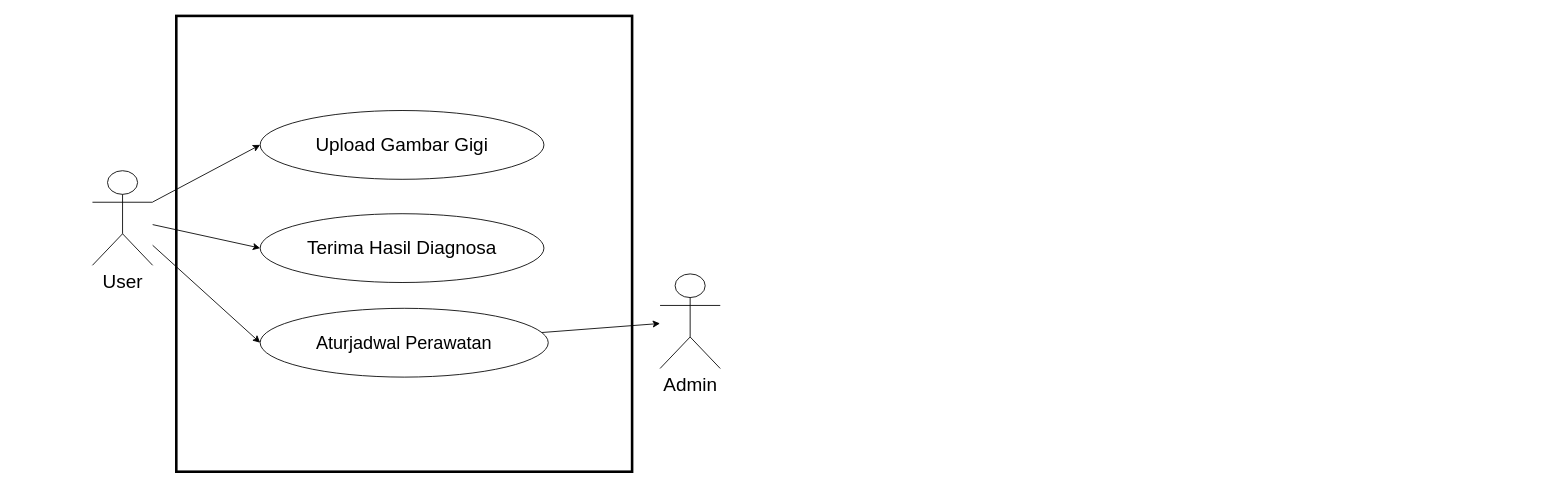
lukmanprasetyo/Business-Model-Canvas-BMC- keeps this draw.io diagram as page "Copy of Copy of Page-6" (9 of 14) of Untitled Diagram.drawio. Above is the earlier version. Source tidied: cells renumbered, new cells numbered last; positions are measured from the earlier drawing's top-left corner, leaving out a move shared by most shapes. Both pictures are drawn from the tidied source at 86%, with x=0, y=0 at pixel (92, 15).
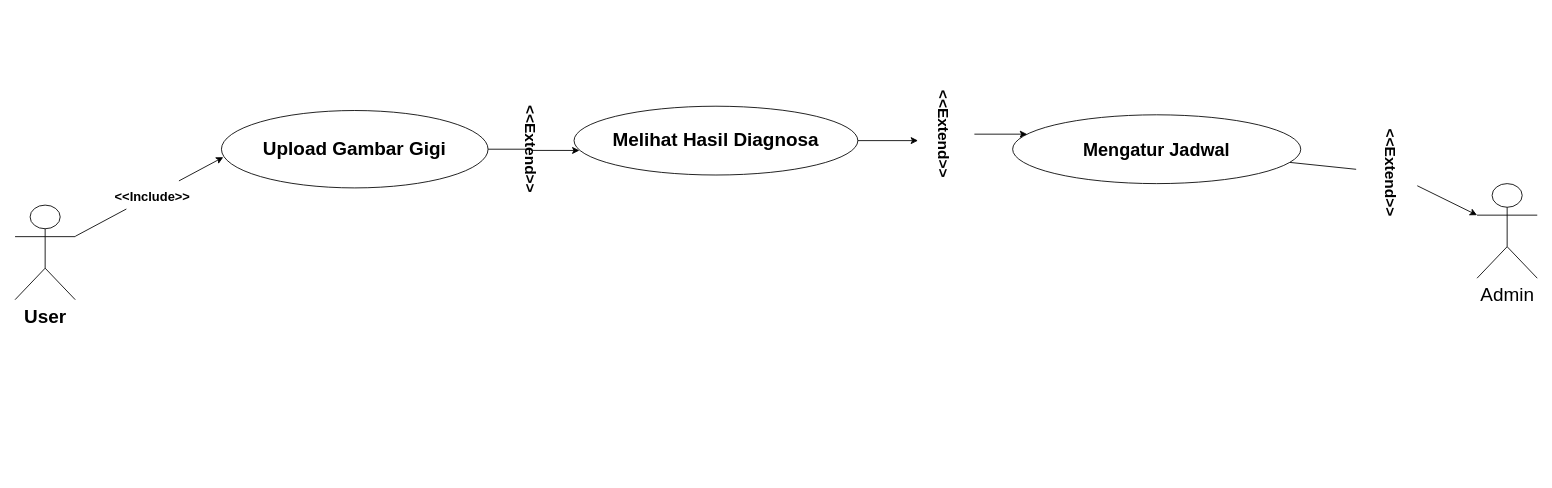
The same page after the edit.

Change to the diagram source:
```diff
@@
-    <mxCell id="2" value="&lt;hr&gt;" style="whiteSpace=wrap;html=1;fillColor=default;strokeWidth=3;" parent="1" vertex="1">
-      <mxGeometry x="97.5" width="530" height="530" as="geometry" />
-    </mxCell>
-    <mxCell id="3" style="rounded=0;jettySize=auto;html=1;entryX=0;entryY=0.5;entryDx=0;entryDy=0;" parent="1" edge="1" source="6" target="7">
-      <mxGeometry relative="1" as="geometry" />
-    </mxCell>
-    <mxCell id="4" style="rounded=0;jettySize=auto;html=1;entryX=0;entryY=0.5;entryDx=0;entryDy=0;" parent="1" edge="1" source="6" target="8">
-      <mxGeometry relative="1" as="geometry" />
-    </mxCell>
-    <mxCell id="5" style="rounded=0;jettySize=auto;html=1;entryX=0;entryY=0.5;entryDx=0;entryDy=0;" parent="1" edge="1" source="6" target="10">
-      <mxGeometry relative="1" as="geometry" />
-    </mxCell>
+    <mxCell id="12" style="edgeStyle=orthogonalEdgeStyle;rounded=0;jettySize=auto;html=1;entryX=0.019;entryY=0.643;entryDx=0;entryDy=0;entryPerimeter=0;" parent="1" edge="1" source="7" target="8">
+      <mxGeometry relative="1" as="geometry" />
+    </mxCell>
-    <mxCell id="6" value="User" style="shape=umlActor;verticalLabelPosition=bottom;verticalAlign=top;html=1;outlineConnect=0;fontSize=22;" parent="1" vertex="1">
-      <mxGeometry y="180" width="70" height="110" as="geometry" />
+    <mxCell id="6" value="User" style="shape=umlActor;verticalLabelPosition=bottom;verticalAlign=top;html=1;outlineConnect=0;fontSize=22;fontStyle=1;" parent="1" vertex="1">
+      <mxGeometry x="-90" y="220" width="70" height="110" as="geometry" />
     </mxCell>
-    <mxCell id="7" value="&lt;font style=&quot;font-size: 22px;&quot;&gt;Upload Gambar Gigi&lt;/font&gt;" style="ellipse;whiteSpace=wrap;html=1;" parent="1" vertex="1">
-      <mxGeometry x="195" y="110" width="330" height="80" as="geometry" />
+    <mxCell id="7" value="&lt;font style=&quot;font-size: 22px;&quot;&gt;Upload Gambar Gigi&lt;/font&gt;" style="ellipse;whiteSpace=wrap;html=1;fontStyle=1;" parent="1" vertex="1">
+      <mxGeometry x="150" y="110" width="310" height="90" as="geometry" />
     </mxCell>
+    <mxCell id="13" style="edgeStyle=orthogonalEdgeStyle;rounded=0;jettySize=auto;html=1;" parent="1" edge="1" source="19" target="10">
+      <mxGeometry relative="1" as="geometry">
+        <Array as="points">
+          <mxPoint x="1120" y="150" />
+          <mxPoint x="1120" y="150" />
+        </Array>
+      </mxGeometry>
+    </mxCell>
-    <mxCell id="8" value="&lt;font style=&quot;font-size: 22px;&quot;&gt;Terima Hasil Diagnosa&lt;/font&gt;" style="ellipse;whiteSpace=wrap;html=1;" parent="1" vertex="1">
-      <mxGeometry x="195" y="230" width="330" height="80" as="geometry" />
+    <mxCell id="8" value="&lt;font style=&quot;font-size: 22px;&quot;&gt;Melihat Hasil Diagnosa&lt;/font&gt;" style="ellipse;whiteSpace=wrap;html=1;fontStyle=1;" parent="1" vertex="1">
+      <mxGeometry x="560" y="105" width="330" height="80" as="geometry" />
     </mxCell>
-    <mxCell id="9" style="rounded=0;jettySize=auto;html=1;" parent="1" edge="1" source="10" target="11">
-      <mxGeometry relative="1" as="geometry" />
-    </mxCell>
+    <mxCell id="14" style="rounded=0;jettySize=auto;html=1;" parent="1" edge="1" source="10" target="24">
+      <mxGeometry relative="1" as="geometry" />
+    </mxCell>
-    <mxCell id="10" value="Aturjadwal Perawatan" style="ellipse;whiteSpace=wrap;html=1;fontSize=21;" parent="1" vertex="1">
-      <mxGeometry x="195" y="340" width="335" height="80" as="geometry" />
+    <mxCell id="10" value="Mengatur Jadwal" style="ellipse;whiteSpace=wrap;html=1;fontSize=21;fontStyle=1;" parent="1" vertex="1">
+      <mxGeometry x="1070" y="115" width="335" height="80" as="geometry" />
     </mxCell>
-    <mxCell id="11" value="&lt;font style=&quot;font-size: 22px;&quot;&gt;Admin&lt;/font&gt;" style="shape=umlActor;verticalLabelPosition=bottom;verticalAlign=top;html=1;outlineConnect=0;" parent="1" vertex="1">
-      <mxGeometry x="660" y="300" width="70" height="110" as="geometry" />
+    <mxCell id="11" value="Admin" style="shape=umlActor;verticalLabelPosition=bottom;verticalAlign=top;html=1;outlineConnect=0;fontSize=22;" parent="1" vertex="1">
+      <mxGeometry x="1610" y="195" width="70" height="110" as="geometry" />
     </mxCell>
+    <mxCell id="3" style="rounded=0;jettySize=auto;html=1;entryX=0.007;entryY=0.603;entryDx=0;entryDy=0;entryPerimeter=0;" parent="1" edge="1" source="6" target="7">
+      <mxGeometry relative="1" as="geometry" />
+    </mxCell>
+    <mxCell id="15" style="whiteSpace=wrap;html=1;strokeColor=#ffffff;" parent="1" vertex="1">
+      <mxGeometry x="40" y="180" width="60" height="60" as="geometry" />
+    </mxCell>
+    <mxCell id="16" value="&lt;b&gt;&lt;font style=&quot;font-size: 15px;&quot;&gt;&amp;lt;&amp;lt;Include&amp;gt;&amp;gt;&lt;/font&gt;&lt;/b&gt;" style="text;html=1;align=center;verticalAlign=middle;whiteSpace=wrap;rounded=0;" parent="1" vertex="1">
+      <mxGeometry x="40" y="195" width="60" height="30" as="geometry" />
+    </mxCell>
+    <mxCell id="17" style="whiteSpace=wrap;html=1;strokeColor=#ffffff;" parent="1" vertex="1">
+      <mxGeometry x="490" y="105" width="40" height="40" as="geometry" />
+    </mxCell>
+    <mxCell id="18" style="edgeStyle=orthogonalEdgeStyle;rounded=0;jettySize=auto;html=1;" parent="1" edge="1" source="8" target="19">
+      <mxGeometry relative="1" as="geometry">
+        <Array as="points">
+          <mxPoint x="980" y="145" />
+          <mxPoint x="980" y="145" />
+        </Array>
+      </mxGeometry>
+    </mxCell>
+    <mxCell id="19" style="whiteSpace=wrap;html=1;strokeColor=#ffffff;" parent="1" vertex="1">
+      <mxGeometry x="960" y="105" width="65" height="65" as="geometry" />
+    </mxCell>
+    <mxCell id="20" style="rounded=0;jettySize=auto;html=1;entryX=0;entryY=0.3333333333333333;entryDx=0;entryDy=0;entryPerimeter=0;" parent="1" edge="1" source="24" target="11">
+      <mxGeometry relative="1" as="geometry" />
+    </mxCell>
+    <mxCell id="21" style="whiteSpace=wrap;html=1;strokeColor=#ffffff;" parent="1" vertex="1">
+      <mxGeometry x="1470" y="130" width="70" height="70" as="geometry" />
+    </mxCell>
+    <mxCell id="22" value="&lt;b style=&quot;font-size: 18px;&quot;&gt;&lt;font style=&quot;font-size: 18px;&quot;&gt;&amp;lt;&amp;lt;Extend&amp;gt;&amp;gt;&lt;/font&gt;&lt;/b&gt;" style="text;html=1;align=center;verticalAlign=middle;whiteSpace=wrap;rounded=0;fontSize=18;rotation=90;" parent="1" vertex="1">
+      <mxGeometry x="480" y="140" width="60" height="30" as="geometry" />
+    </mxCell>
+    <mxCell id="23" value="&lt;b style=&quot;font-size: 18px;&quot;&gt;&lt;font style=&quot;font-size: 18px;&quot;&gt;&amp;lt;&amp;lt;Extend&amp;gt;&amp;gt;&lt;/font&gt;&lt;/b&gt;" style="text;html=1;align=center;verticalAlign=middle;whiteSpace=wrap;rounded=0;fontSize=18;rotation=90;" parent="1" vertex="1">
+      <mxGeometry x="960" y="122.5" width="60" height="30" as="geometry" />
+    </mxCell>
+    <mxCell id="24" value="&lt;b style=&quot;font-size: 18px;&quot;&gt;&lt;font style=&quot;font-size: 18px;&quot;&gt;&amp;lt;&amp;lt;Extend&amp;gt;&amp;gt;&lt;/font&gt;&lt;/b&gt;" style="text;html=1;align=center;verticalAlign=middle;whiteSpace=wrap;rounded=0;fontSize=18;rotation=90;" parent="1" vertex="1">
+      <mxGeometry x="1480" y="152.5" width="60" height="60" as="geometry" />
+    </mxCell>
```
